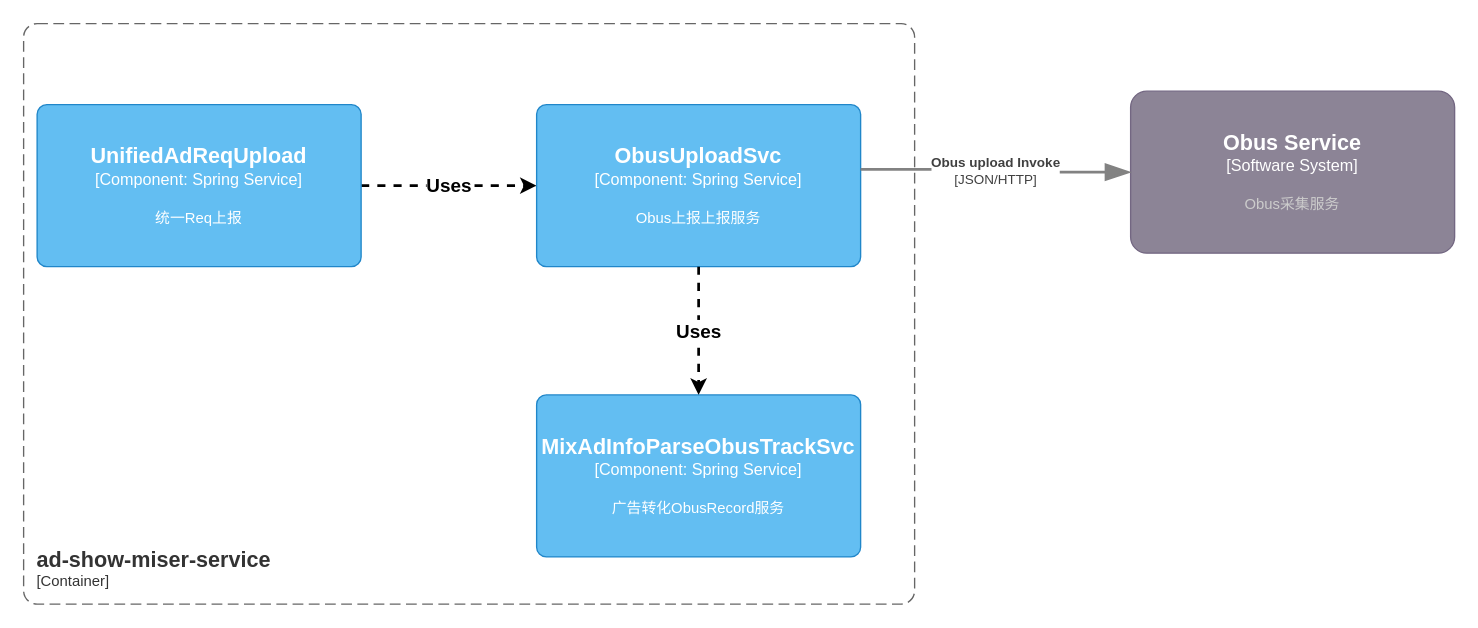
Earlier version of the draw.io diagram page "Mixer统一ObusTracker" (2 of 9) of universal-engine/universal-transparent.drawio (karlchan-cn/drawio-repository). Source tidied: cells renumbered, new cells numbered last; positions are measured from the earlier drawing's top-left corner, leaving out a move shared by most shapes. Both pictures are drawn from the tidied source at 135%, with x=0, y=0 at pixel (23, 23).
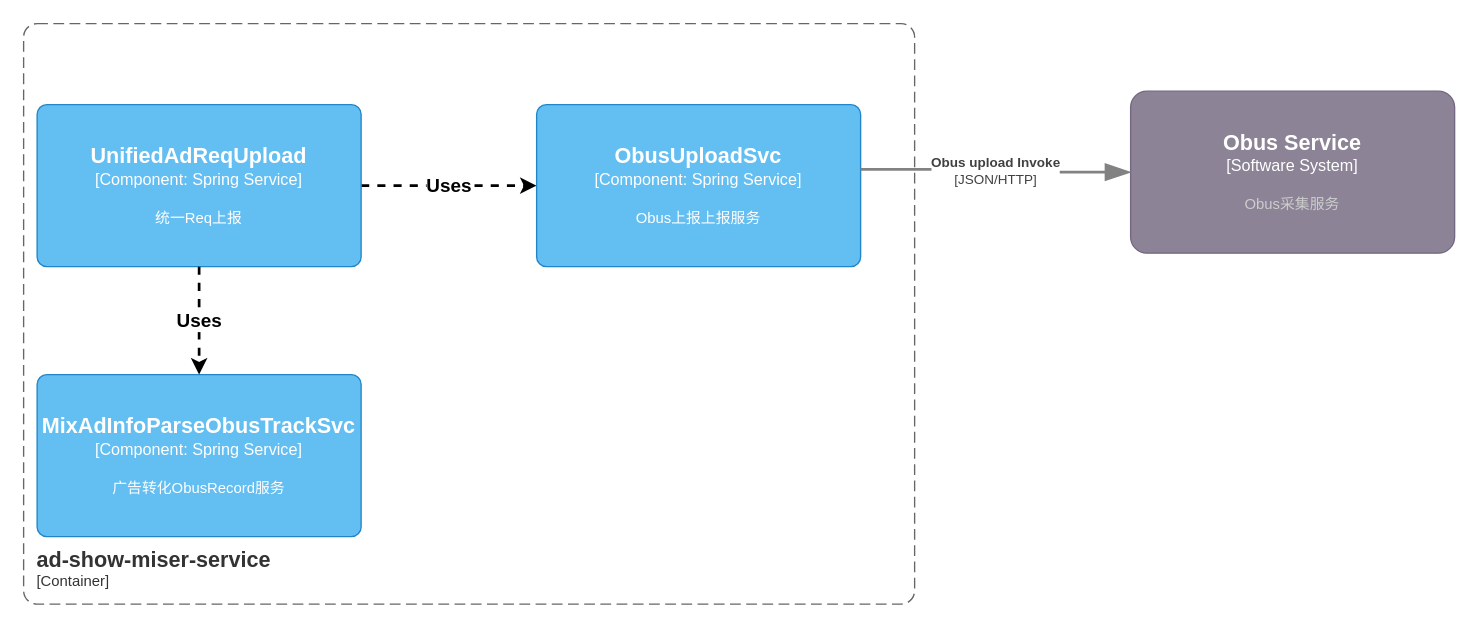
After the change.

Change to the diagram source:
```diff
@@
 <mxGraphModel>
   <root>
     <mxCell id="0" />
     <mxCell id="1" parent="0" />
     <object id="2" label="&lt;font style=&quot;font-size: 16px&quot;&gt;&lt;b&gt;&lt;div style=&quot;text-align: left&quot;&gt;%c4Name%&lt;/div&gt;&lt;/b&gt;&lt;/font&gt;&lt;div style=&quot;text-align: left&quot;&gt;[%c4Application%]&lt;/div&gt;" c4Application="Container" c4Name="ad-show-miser-service" placeholders="1">
       <mxCell style="rounded=1;fontSize=11;whiteSpace=wrap;html=1;dashed=1;arcSize=20;fillColor=none;strokeColor=#666666;fontColor=#333333;labelBackgroundColor=none;align=left;verticalAlign=bottom;labelBorderColor=none;spacingTop=0;spacing=10;dashPattern=8 4;perimeter=rectanglePerimeter;noLabel=0;labelPadding=0;absoluteArcSize=1;" parent="1" vertex="1">
         <mxGeometry width="660" height="430" as="geometry" />
       </mxCell>
     </object>
     <mxCell id="3" value="Uses" style="edgeStyle=orthogonalEdgeStyle;rounded=0;jettySize=auto;html=1;strokeWidth=2;dashed=1;fontSize=14;fontStyle=1;exitX=1;exitY=0.5;exitDx=0;exitDy=0;exitPerimeter=0;entryX=0;entryY=0.5;entryDx=0;entryDy=0;entryPerimeter=0;" parent="1" edge="1" source="4" target="6">
       <mxGeometry relative="1" as="geometry">
         <Array as="points">
           <mxPoint x="250" y="120" />
         </Array>
       </mxGeometry>
     </mxCell>
     <object id="4" label="&lt;font style=&quot;font-size: 16px&quot;&gt;&lt;b&gt;%c4Name%&lt;/b&gt;&lt;/font&gt;&lt;div&gt;[%c4Type%: %c4Technology%]&lt;/div&gt;&lt;br&gt;&lt;div&gt;&lt;font style=&quot;font-size: 11px&quot;&gt;%c4Description%&lt;/font&gt;&lt;/div&gt;" c4Description="统一Req上报" c4Name="UnifiedAdReqUpload" c4Technology="Spring Service" c4Type="Component" placeholders="1">
       <mxCell style="rounded=1;whiteSpace=wrap;html=1;labelBackgroundColor=none;fillColor=#63BEF2;fontColor=#ffffff;align=center;arcSize=6;strokeColor=#2086C9;points=[[0.25,0,0],[0.5,0,0],[0.75,0,0],[1,0.25,0],[1,0.5,0],[1,0.75,0],[0.75,1,0],[0.5,1,0],[0.25,1,0],[0,0.75,0],[0,0.5,0],[0,0.25,0]];" parent="1" vertex="1">
         <mxGeometry x="10" y="60" width="240" height="120" as="geometry" />
       </mxCell>
     </object>
     <object id="5" label="&lt;font style=&quot;font-size: 16px&quot;&gt;&lt;b&gt;%c4Name%&lt;/b&gt;&lt;/font&gt;&lt;div&gt;[%c4Type%]&lt;/div&gt;&lt;br&gt;&lt;div&gt;&lt;font style=&quot;font-size: 11px&quot;&gt;&lt;font color=&quot;#cccccc&quot;&gt;%c4Description%&lt;/font&gt;&lt;/div&gt;" c4Description="Obus采集服务" c4Name="Obus Service" c4Type="Software System" placeholders="1">
       <mxCell style="rounded=1;whiteSpace=wrap;html=1;labelBackgroundColor=none;fillColor=#8C8496;fontColor=#ffffff;align=center;arcSize=10;strokeColor=#736782;points=[[0.25,0,0],[0.5,0,0],[0.75,0,0],[1,0.25,0],[1,0.5,0],[1,0.75,0],[0.75,1,0],[0.5,1,0],[0.25,1,0],[0,0.75,0],[0,0.5,0],[0,0.25,0]];" parent="1" vertex="1">
         <mxGeometry x="820" y="50" width="240" height="120" as="geometry" />
       </mxCell>
     </object>
     <object id="6" label="&lt;font style=&quot;font-size: 16px&quot;&gt;&lt;b&gt;%c4Name%&lt;/b&gt;&lt;/font&gt;&lt;div&gt;[%c4Type%: %c4Technology%]&lt;/div&gt;&lt;br&gt;&lt;div&gt;&lt;font style=&quot;font-size: 11px&quot;&gt;%c4Description%&lt;/font&gt;&lt;/div&gt;" c4Description="Obus上报上报服务" c4Name="ObusUploadSvc" c4Technology="Spring Service" c4Type="Component" placeholders="1">
       <mxCell style="rounded=1;whiteSpace=wrap;html=1;labelBackgroundColor=none;fillColor=#63BEF2;fontColor=#ffffff;align=center;arcSize=6;strokeColor=#2086C9;points=[[0.25,0,0],[0.5,0,0],[0.75,0,0],[1,0.25,0],[1,0.5,0],[1,0.75,0],[0.75,1,0],[0.5,1,0],[0.25,1,0],[0,0.75,0],[0,0.5,0],[0,0.25,0]];" parent="1" vertex="1">
         <mxGeometry x="380" y="60" width="240" height="120" as="geometry" />
       </mxCell>
     </object>
     <object id="7" label="&lt;div style=&quot;text-align: left&quot;&gt;&lt;div style=&quot;text-align: center&quot;&gt;&lt;b&gt;%c4Description%&lt;/b&gt;&lt;/div&gt;&lt;div style=&quot;text-align: center&quot;&gt;[%c4Technology%]&lt;/div&gt;&lt;/div&gt;" c4Description="Obus upload Invoke" c4Technology="JSON/HTTP" placeholders="1">
       <mxCell style="endArrow=blockThin;html=1;fontSize=10;fontColor=#404040;strokeWidth=2;endFill=1;strokeColor=#828282;elbow=vertical;endSize=14;startSize=14;jumpStyle=arc;jumpSize=16;rounded=0;edgeStyle=orthogonalEdgeStyle;entryX=0;entryY=0.5;entryDx=0;entryDy=0;entryPerimeter=0;exitX=1;exitY=0.4;exitDx=0;exitDy=0;exitPerimeter=0;" parent="1" edge="1" source="6" target="5">
         <mxGeometry relative="1" as="geometry" />
       </mxCell>
     </object>
     <object id="8" label="&lt;font style=&quot;font-size: 16px&quot;&gt;&lt;b&gt;%c4Name%&lt;/b&gt;&lt;/font&gt;&lt;div&gt;[%c4Type%: %c4Technology%]&lt;/div&gt;&lt;br&gt;&lt;div&gt;&lt;font style=&quot;font-size: 11px&quot;&gt;%c4Description%&lt;/font&gt;&lt;/div&gt;" c4Description="广告转化ObusRecord服务" c4Name="MixAdInfoParseObusTrackSvc" c4Technology="Spring Service" c4Type="Component" placeholders="1">
       <mxCell style="rounded=1;whiteSpace=wrap;html=1;labelBackgroundColor=none;fillColor=#63BEF2;fontColor=#ffffff;align=center;arcSize=6;strokeColor=#2086C9;points=[[0.25,0,0],[0.5,0,0],[0.75,0,0],[1,0.25,0],[1,0.5,0],[1,0.75,0],[0.75,1,0],[0.5,1,0],[0.25,1,0],[0,0.75,0],[0,0.5,0],[0,0.25,0]];" parent="1" vertex="1">
-        <mxGeometry x="380" y="275" width="240" height="120" as="geometry" />
+        <mxGeometry x="10" y="260" width="240" height="120" as="geometry" />
       </mxCell>
     </object>
-    <mxCell id="9" value="Uses" style="edgeStyle=orthogonalEdgeStyle;rounded=0;jettySize=auto;html=1;strokeWidth=2;dashed=1;fontSize=14;fontStyle=1;exitX=0.5;exitY=1;exitDx=0;exitDy=0;exitPerimeter=0;" parent="1" edge="1" source="6" target="8">
+    <mxCell id="9" value="Uses" style="edgeStyle=orthogonalEdgeStyle;rounded=0;jettySize=auto;html=1;strokeWidth=2;dashed=1;fontSize=14;fontStyle=1;exitX=0.5;exitY=1;exitDx=0;exitDy=0;exitPerimeter=0;entryX=0.5;entryY=0;entryDx=0;entryDy=0;entryPerimeter=0;" parent="1" edge="1" source="4" target="8">
       <mxGeometry relative="1" as="geometry">
         <Array as="points">
-          <mxPoint x="500" y="200" />
-          <mxPoint x="500" y="200" />
+          <mxPoint x="130" y="210" />
+          <mxPoint x="130" y="210" />
         </Array>
       </mxGeometry>
     </mxCell>
   </root>
 </mxGraphModel>
```
